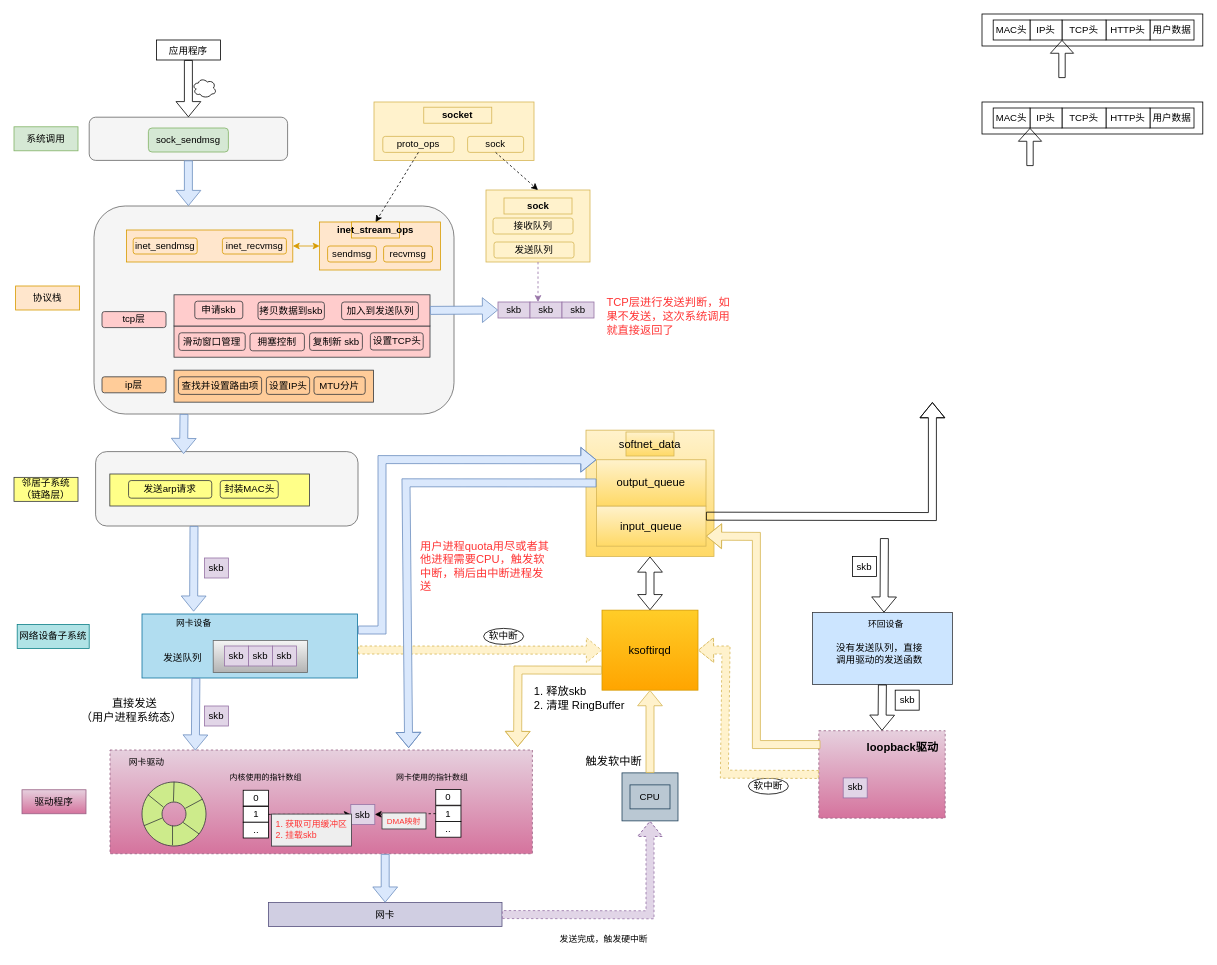
Above: page "网络包发送" (2 of 2) of 图解网络.drawio in JianHao-Chen/UML (draw.io), before the change. Source tidied: cells renumbered, new cells numbered last; positions are measured from the earlier drawing's top-left corner, leaving out a move shared by most shapes. Both pictures are drawn from the tidied source at 80%, with x=0, y=0 at pixel (14, 14).
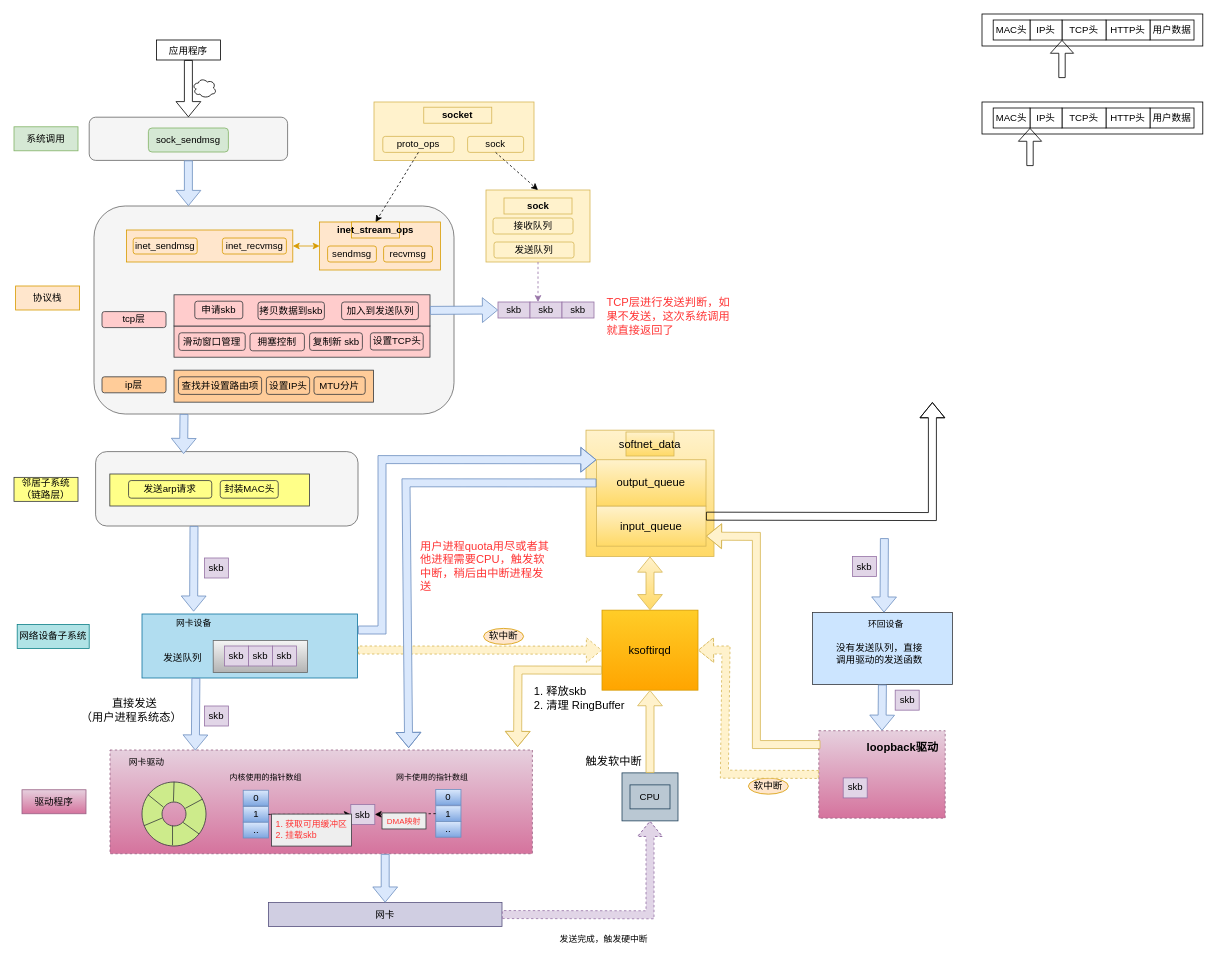
The same diagram, later.

Commit message (it also covers changes not shown here):
更新图解网络.drawio

The change refers to these unchanged cells:
```xml
<mxCell id="8" style="rounded=0;whiteSpace=wrap;html=1;strokeWidth=1;fontSize=11;dashed=1;fillColor=#e6d0de;strokeColor=#996185;gradientColor=#d5739d;" parent="1" vertex="1">
  <mxGeometry x="1006" y="895.9" width="158" height="109.3" as="geometry" />
</mxCell>
<mxCell id="72" style="rounded=0;whiteSpace=wrap;html=1;strokeWidth=1;fontSize=12;fillColor=#fff2cc;gradientColor=#ffd966;strokeColor=#d6b656;" parent="1" vertex="1">
  <mxGeometry x="715" y="520.2" width="160" height="158" as="geometry" />
</mxCell>
<mxCell id="76" value="&lt;font style=&quot;font-size: 14px;&quot;&gt;ksoftirqd&lt;/font&gt;" style="rounded=0;whiteSpace=wrap;html=1;strokeWidth=1;fontSize=12;fillColor=#ffcd28;strokeColor=#d79b00;gradientColor=#ffa500;" parent="1" vertex="1">
  <mxGeometry x="735" y="745.2" width="120" height="100" as="geometry" />
</mxCell>
<mxCell id="101" style="rounded=0;whiteSpace=wrap;html=1;strokeWidth=1;fontSize=11;fillColor=#cce5ff;strokeColor=#36393d;" parent="1" vertex="1">
  <mxGeometry x="998" y="748.2" width="175" height="90" as="geometry" />
</mxCell>
```

Change to the diagram source:
```diff
@@
-    <mxCell id="77" value="软中断" style="ellipse;whiteSpace=wrap;html=1;strokeWidth=1;fontSize=12;" parent="1" vertex="1">
+    <mxCell id="77" value="软中断" style="ellipse;whiteSpace=wrap;html=1;strokeWidth=1;fontSize=12;fillColor=#ffe6cc;strokeColor=#d79b00;" parent="1" vertex="1">
       <mxGeometry x="587" y="768" width="50" height="20" as="geometry" />
     </mxCell>
@@
-    <mxCell id="87" value="0" style="rounded=0;whiteSpace=wrap;html=1;strokeWidth=1;fontSize=12;" parent="1" vertex="1">
+    <mxCell id="87" value="0" style="rounded=0;whiteSpace=wrap;html=1;strokeWidth=1;fontSize=12;fillColor=#dae8fc;gradientColor=#7ea6e0;strokeColor=#6c8ebf;" parent="1" vertex="1">
       <mxGeometry x="286.5" y="970.3" width="31.5" height="19.7" as="geometry" />
     </mxCell>
-    <mxCell id="88" value="1" style="rounded=0;whiteSpace=wrap;html=1;strokeWidth=1;fontSize=12;" parent="1" vertex="1">
+    <mxCell id="88" value="1" style="rounded=0;whiteSpace=wrap;html=1;strokeWidth=1;fontSize=12;fillColor=#dae8fc;gradientColor=#7ea6e0;strokeColor=#6c8ebf;" parent="1" vertex="1">
       <mxGeometry x="286.5" y="990.6" width="31.5" height="19.7" as="geometry" />
     </mxCell>
-    <mxCell id="89" value=".." style="rounded=0;whiteSpace=wrap;html=1;strokeWidth=1;fontSize=12;" parent="1" vertex="1">
+    <mxCell id="89" value=".." style="rounded=0;whiteSpace=wrap;html=1;strokeWidth=1;fontSize=12;fillColor=#dae8fc;gradientColor=#7ea6e0;strokeColor=#6c8ebf;" parent="1" vertex="1">
       <mxGeometry x="286.5" y="1010.3" width="31.5" height="19.7" as="geometry" />
     </mxCell>
-    <mxCell id="90" value="0" style="rounded=0;whiteSpace=wrap;html=1;strokeWidth=1;fontSize=12;" parent="1" vertex="1">
+    <mxCell id="90" value="0" style="rounded=0;whiteSpace=wrap;html=1;strokeWidth=1;fontSize=12;fillColor=#dae8fc;gradientColor=#7ea6e0;strokeColor=#6c8ebf;" parent="1" vertex="1">
       <mxGeometry x="527.2" y="969.3" width="31.5" height="19.7" as="geometry" />
     </mxCell>
-    <mxCell id="91" value="1" style="rounded=0;whiteSpace=wrap;html=1;strokeWidth=1;fontSize=12;" parent="1" vertex="1">
+    <mxCell id="91" value="1" style="rounded=0;whiteSpace=wrap;html=1;strokeWidth=1;fontSize=12;fillColor=#dae8fc;gradientColor=#7ea6e0;strokeColor=#6c8ebf;" parent="1" vertex="1">
       <mxGeometry x="527.2" y="989.7" width="31.5" height="19.7" as="geometry" />
     </mxCell>
-    <mxCell id="92" value=".." style="rounded=0;whiteSpace=wrap;html=1;strokeWidth=1;fontSize=12;" parent="1" vertex="1">
+    <mxCell id="92" value=".." style="rounded=0;whiteSpace=wrap;html=1;strokeWidth=1;fontSize=12;fillColor=#dae8fc;gradientColor=#7ea6e0;strokeColor=#6c8ebf;" parent="1" vertex="1">
       <mxGeometry x="527.2" y="1009.3" width="31.5" height="19.7" as="geometry" />
     </mxCell>
@@
-    <mxCell id="109" value="软中断" style="ellipse;whiteSpace=wrap;html=1;strokeWidth=1;fontSize=12;" parent="1" vertex="1">
+    <mxCell id="109" value="软中断" style="ellipse;whiteSpace=wrap;html=1;strokeWidth=1;fontSize=12;fillColor=#ffe6cc;strokeColor=#d79b00;" parent="1" vertex="1">
       <mxGeometry x="918" y="955.2" width="50" height="20" as="geometry" />
     </mxCell>
@@
-    <mxCell id="112" value="skb" style="rounded=0;whiteSpace=wrap;html=1;strokeWidth=1;fontSize=12;" parent="1" vertex="1">
+    <mxCell id="112" value="skb" style="rounded=0;whiteSpace=wrap;html=1;strokeWidth=1;fontSize=12;fillColor=#e1d5e7;strokeColor=#9673a6;" parent="1" vertex="1">
       <mxGeometry x="1101.5" y="845.2" width="30" height="25" as="geometry" />
     </mxCell>
-    <mxCell id="113" style="shape=flexArrow;endArrow=classic;html=1;rounded=0;fontSize=12;exitX=0.5;exitY=1;exitDx=0;exitDy=0;entryX=0.5;entryY=0;entryDx=0;entryDy=0;" parent="1" edge="1" source="101" target="8">
+    <mxCell id="113" style="shape=flexArrow;endArrow=classic;html=1;rounded=0;fontSize=12;exitX=0.5;exitY=1;exitDx=0;exitDy=0;entryX=0.5;entryY=0;entryDx=0;entryDy=0;fillColor=#dae8fc;strokeColor=#6c8ebf;" parent="1" edge="1" source="101" target="8">
       <mxGeometry relative="1" as="geometry" />
     </mxCell>
@@
-    <mxCell id="118" style="shape=flexArrow;endArrow=classic;html=1;rounded=0;fontSize=12;entryX=0.5;entryY=0;entryDx=0;entryDy=0;" parent="1" edge="1">
+    <mxCell id="118" style="shape=flexArrow;endArrow=classic;html=1;rounded=0;fontSize=12;entryX=0.5;entryY=0;entryDx=0;entryDy=0;fillColor=#dae8fc;strokeColor=#6c8ebf;" parent="1" edge="1">
       <mxGeometry relative="1" as="geometry">
         <mxPoint x="1088" y="655.2" as="sourcePoint" />
         <mxPoint x="1087.5" y="748.2" as="targetPoint" />
       </mxGeometry>
     </mxCell>
-    <mxCell id="119" value="skb" style="rounded=0;whiteSpace=wrap;html=1;strokeWidth=1;fontSize=12;" parent="1" vertex="1">
+    <mxCell id="119" value="skb" style="rounded=0;whiteSpace=wrap;html=1;strokeWidth=1;fontSize=12;fillColor=#e1d5e7;strokeColor=#9673a6;" parent="1" vertex="1">
       <mxGeometry x="1048" y="678.2" width="30" height="25" as="geometry" />
     </mxCell>
@@
-    <mxCell id="122" style="shape=flexArrow;endArrow=classic;startArrow=classic;html=1;rounded=0;fontSize=14;entryX=0.5;entryY=1;entryDx=0;entryDy=0;exitX=0.5;exitY=0;exitDx=0;exitDy=0;" parent="1" edge="1" source="76" target="72">
+    <mxCell id="122" style="shape=flexArrow;endArrow=classic;startArrow=classic;html=1;rounded=0;fontSize=14;entryX=0.5;entryY=1;entryDx=0;entryDy=0;exitX=0.5;exitY=0;exitDx=0;exitDy=0;fillColor=#fff2cc;gradientColor=#ffd966;strokeColor=#d6b656;" parent="1" edge="1" source="76" target="72">
       <mxGeometry relative="1" as="geometry" />
     </mxCell>
```
